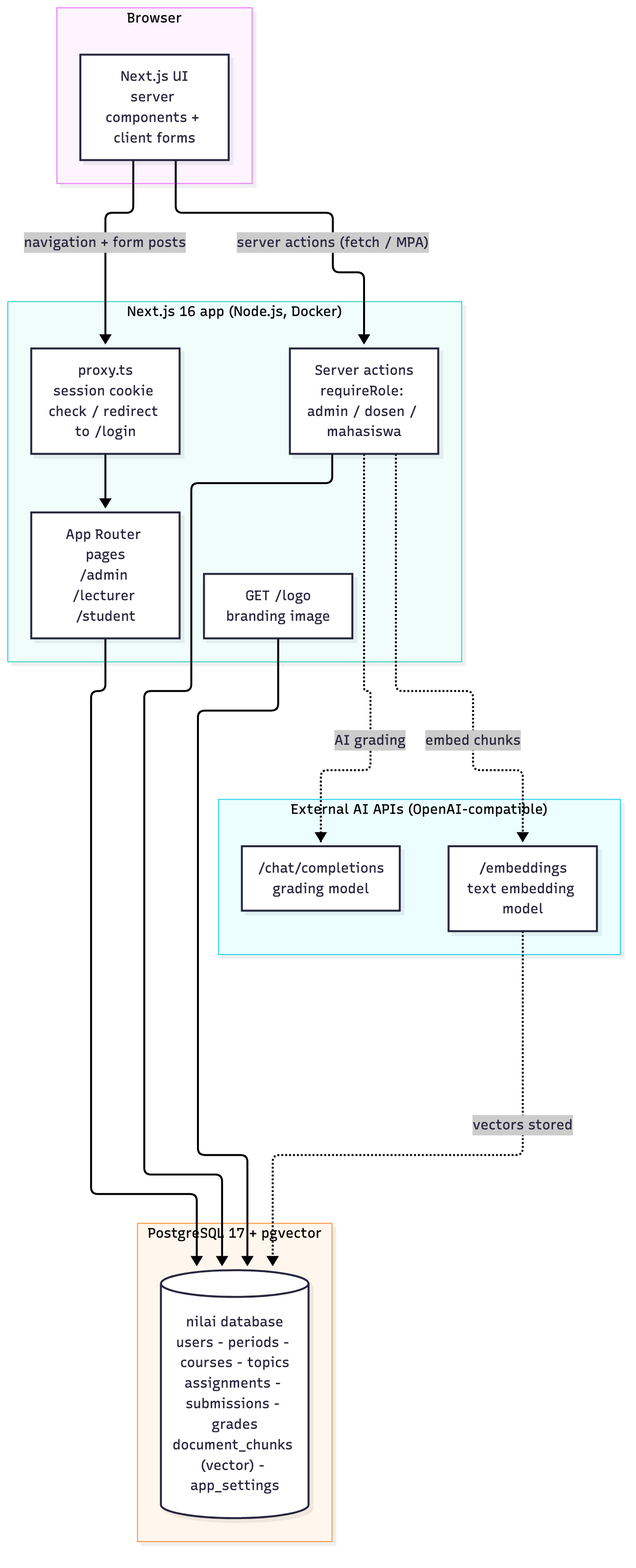
This is docs/flows/01-architecture.png from hansputera/umbima-smt1-tugas-generativeai, a Mermaid export, as it was before one commit. Its source is kept beside it as docs/flows/01-architecture.mmd.
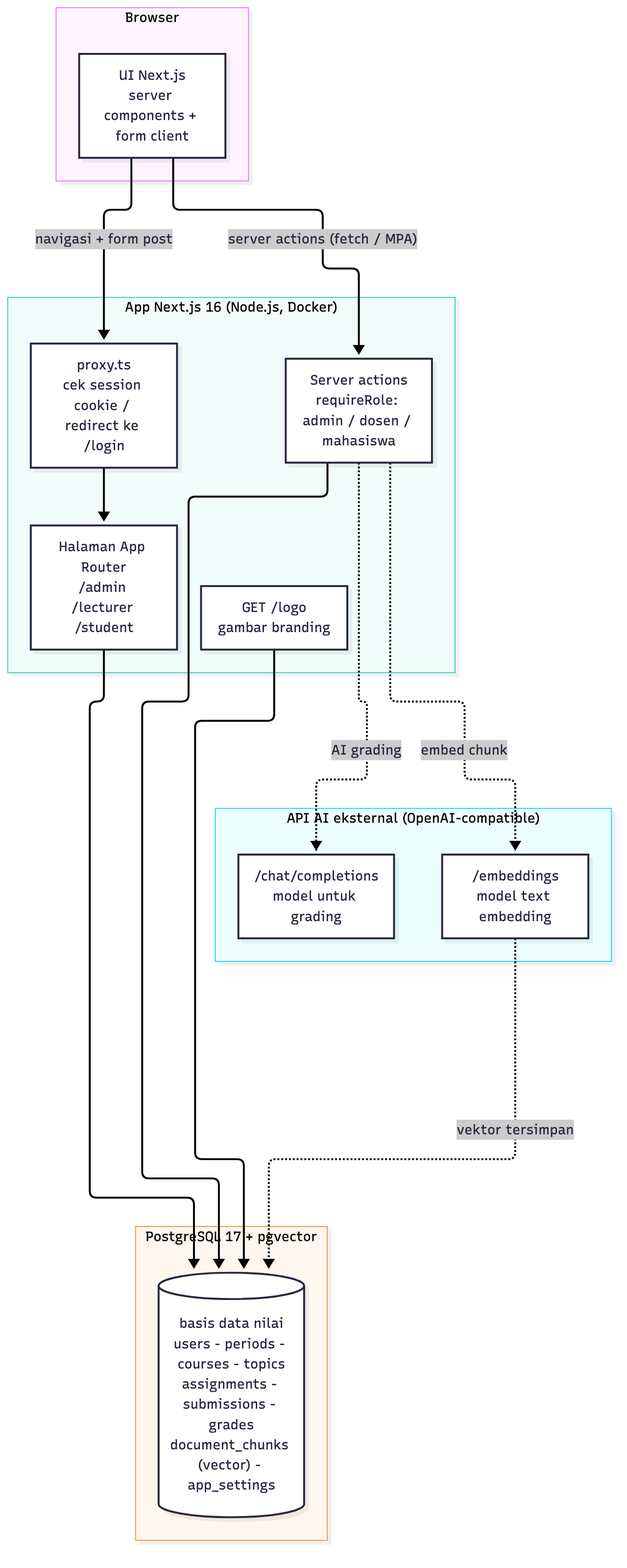
After the commit.

What changed in the source:
```diff
@@ -1,26 +1,26 @@
 flowchart TB
   subgraph Browser["Browser"]
-    UI["Next.js UI<br/>server components + client forms"]
+    UI["UI Next.js<br/>server components + form client"]
   end
-  subgraph App["Next.js 16 app (Node.js, Docker)"]
-    Proxy["proxy.ts<br/>session cookie check / redirect to /login"]
+  subgraph App["App Next.js 16 (Node.js, Docker)"]
+    Proxy["proxy.ts<br/>cek session cookie / redirect ke /login"]
     Actions["Server actions<br/>requireRole: admin / dosen / mahasiswa"]
-    Pages["App Router pages<br/>/admin /lecturer /student"]
-    Logo["GET /logo<br/>branding image"]
+    Pages["Halaman App Router<br/>/admin /lecturer /student"]
+    Logo["GET /logo<br/>gambar branding"]
   end
   subgraph DB["PostgreSQL 17 + pgvector"]
-    PG[("nilai database<br/>users - periods - courses - topics<br/>assignments - submissions - grades<br/>document_chunks (vector) - app_settings")]
+    PG[("basis data nilai<br/>users - periods - courses - topics<br/>assignments - submissions - grades<br/>document_chunks (vector) - app_settings")]
   end
-  subgraph AI["External AI APIs (OpenAI-compatible)"]
-    LLM["/chat/completions<br/>grading model"]
-    EMB["/embeddings<br/>text embedding model"]
+  subgraph AI["API AI eksternal (OpenAI-compatible)"]
+    LLM["/chat/completions<br/>model untuk grading"]
+    EMB["/embeddings<br/>model text embedding"]
   end
-  UI -->|"navigation + form posts"| Proxy
+  UI -->|"navigasi + form post"| Proxy
   Proxy --> Pages
   UI -->|"server actions (fetch / MPA)"| Actions
   Actions --> PG
   Pages --> PG
   Logo --> PG
   Actions -.->|"AI grading"| LLM
-  Actions -.->|"embed chunks"| EMB
-  EMB -.->|"vectors stored"| PG
+  Actions -.->|"embed chunk"| EMB
+  EMB -.->|"vektor tersimpan"| PG
```
